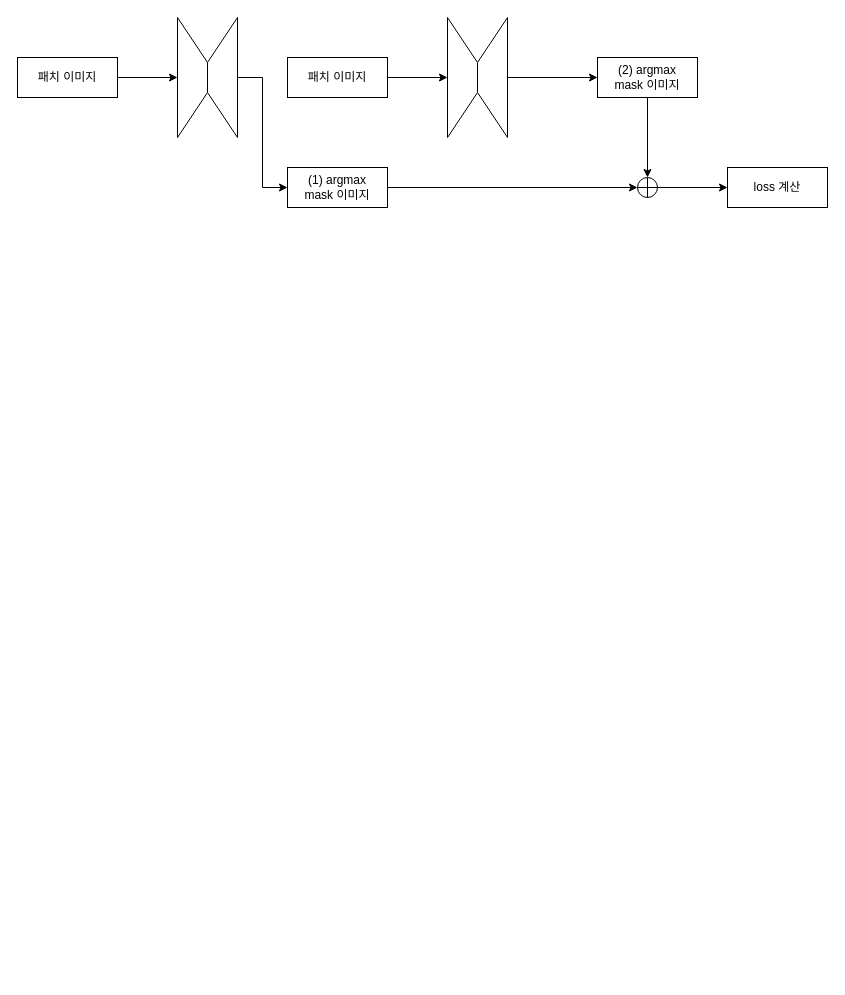
This is 제목 없는 다이어그램.drawio from haughty-yeon/draw.io, a draw.io file, before an edit. Source tidied: cells renumbered, new cells numbered last; positions are measured from the earlier drawing's top-left corner, leaving out a move shared by most shapes. Both pictures are drawn from the tidied source at 100%, with x=0, y=0 at pixel (17, 17). Pictures stored in the file or linked from it are replaced by grey dashed boxes.
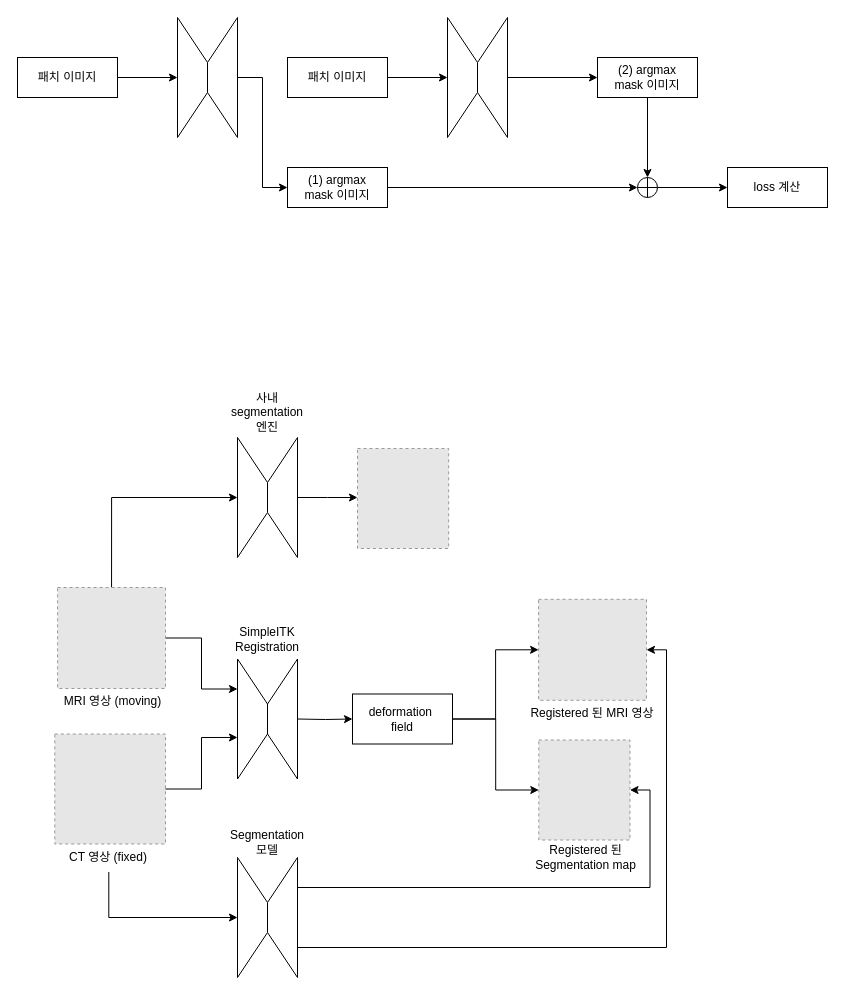
The same page after the edit.

Commit message:
제목 없는 다이어그램.drawio 업데이트

What changed in the source:
```diff
@@
+    <mxCell id="23" style="group;" parent="1" vertex="1">
+      <mxGeometry x="220" y="840" width="60" height="120" as="geometry" />
+    </mxCell>
+    <mxCell id="24" style="shape=trapezoid;perimeter=trapezoidPerimeter;whiteSpace=wrap;html=1;fixedSize=1;rotation=90;size=45;" parent="23" vertex="1">
+      <mxGeometry x="-45" y="45" width="120" height="30" as="geometry" />
+    </mxCell>
+    <mxCell id="25" style="shape=trapezoid;perimeter=trapezoidPerimeter;whiteSpace=wrap;html=1;fixedSize=1;rotation=-90;size=45;" parent="23" vertex="1">
+      <mxGeometry x="-15" y="45" width="120" height="30" as="geometry" />
+    </mxCell>
+    <mxCell id="26" style="group;" parent="1" vertex="1">
+      <mxGeometry x="220" y="420" width="60" height="120" as="geometry" />
+    </mxCell>
+    <mxCell id="27" style="shape=trapezoid;perimeter=trapezoidPerimeter;whiteSpace=wrap;html=1;fixedSize=1;rotation=90;size=45;" parent="26" vertex="1">
+      <mxGeometry x="-45" y="45" width="120" height="30" as="geometry" />
+    </mxCell>
+    <mxCell id="28" style="shape=trapezoid;perimeter=trapezoidPerimeter;whiteSpace=wrap;html=1;fixedSize=1;rotation=-90;size=45;" parent="26" vertex="1">
+      <mxGeometry x="-15" y="45" width="120" height="30" as="geometry" />
+    </mxCell>
+    <mxCell id="29" value="사내 segmentation 엔진" style="text;html=1;align=center;verticalAlign=middle;whiteSpace=wrap;rounded=0;" parent="1" vertex="1">
+      <mxGeometry x="220" y="380" width="60" height="30" as="geometry" />
+    </mxCell>
+    <mxCell id="30" style="edgeStyle=orthogonalEdgeStyle;rounded=0;jettySize=auto;html=1;exitX=0.5;exitY=1;exitDx=0;exitDy=0;entryX=0;entryY=0.5;entryDx=0;entryDy=0;" parent="1" edge="1" source="28">
+      <mxGeometry relative="1" as="geometry">
+        <mxPoint x="340" y="480" as="targetPoint" />
+      </mxGeometry>
+    </mxCell>
+    <mxCell id="31" style="edgeStyle=orthogonalEdgeStyle;rounded=0;jettySize=auto;html=1;exitX=1;exitY=0.5;exitDx=0;exitDy=0;entryX=0;entryY=0.5;entryDx=0;entryDy=0;" parent="1" edge="1" source="33" target="48">
+      <mxGeometry relative="1" as="geometry" />
+    </mxCell>
+    <mxCell id="32" style="edgeStyle=orthogonalEdgeStyle;rounded=0;jettySize=auto;html=1;exitX=1;exitY=0.5;exitDx=0;exitDy=0;entryX=0;entryY=0.5;entryDx=0;entryDy=0;" parent="1" edge="1" source="33" target="50">
+      <mxGeometry relative="1" as="geometry" />
+    </mxCell>
+    <mxCell id="33" value="deformation&amp;nbsp;&lt;div&gt;field&lt;/div&gt;" style="rounded=0;whiteSpace=wrap;html=1;" parent="1" vertex="1">
+      <mxGeometry x="335" y="676.5" width="100" height="50" as="geometry" />
+    </mxCell>
+    <mxCell id="34" style="edgeStyle=orthogonalEdgeStyle;rounded=0;jettySize=auto;html=1;exitX=0.5;exitY=1;exitDx=0;exitDy=0;entryX=0;entryY=0.5;entryDx=0;entryDy=0;" parent="1" edge="1" target="33">
+      <mxGeometry relative="1" as="geometry">
+        <mxPoint x="280" y="701.5" as="sourcePoint" />
+      </mxGeometry>
+    </mxCell>
+    <mxCell id="35" style="group;" parent="1" vertex="1">
+      <mxGeometry x="220" y="641.5" width="60" height="120" as="geometry" />
+    </mxCell>
+    <mxCell id="36" style="shape=trapezoid;perimeter=trapezoidPerimeter;whiteSpace=wrap;html=1;fixedSize=1;rotation=90;size=45;" parent="35" vertex="1">
+      <mxGeometry x="-45" y="45" width="120" height="30" as="geometry" />
+    </mxCell>
+    <mxCell id="37" style="shape=trapezoid;perimeter=trapezoidPerimeter;whiteSpace=wrap;html=1;fixedSize=1;rotation=-90;size=45;" parent="35" vertex="1">
+      <mxGeometry x="-15" y="45" width="120" height="30" as="geometry" />
+    </mxCell>
+    <mxCell id="38" value="SimpleITK Registration" style="text;html=1;align=center;verticalAlign=middle;whiteSpace=wrap;rounded=0;" parent="1" vertex="1">
+      <mxGeometry x="220" y="606.5" width="60" height="30" as="geometry" />
+    </mxCell>
+    <mxCell id="39" style="fillColor=#E6E6E6;strokeColor=#999999;dashed=1;verticalLabelPosition=bottom;labelBackgroundColor=default;verticalAlign=top;" parent="1" vertex="1">
+      <mxGeometry x="37.3" y="716.5" width="110.7" height="110" as="geometry" />
+    </mxCell>
+    <mxCell id="40" style="edgeStyle=orthogonalEdgeStyle;rounded=0;jettySize=auto;html=1;exitX=0.5;exitY=0;exitDx=0;exitDy=0;entryX=0.5;entryY=1;entryDx=0;entryDy=0;" parent="1" edge="1" source="42" target="27">
+      <mxGeometry relative="1" as="geometry" />
+    </mxCell>
+    <mxCell id="41" style="edgeStyle=orthogonalEdgeStyle;rounded=0;jettySize=auto;html=1;exitX=1;exitY=0.5;exitDx=0;exitDy=0;entryX=0.25;entryY=1;entryDx=0;entryDy=0;" parent="1" edge="1" source="42" target="36">
+      <mxGeometry relative="1" as="geometry" />
+    </mxCell>
+    <mxCell id="42" style="fillColor=#E6E6E6;strokeColor=#999999;dashed=1;verticalLabelPosition=bottom;labelBackgroundColor=default;verticalAlign=top;" parent="1" vertex="1">
+      <mxGeometry x="40.1" y="570" width="107.9" height="101" as="geometry" />
+    </mxCell>
+    <mxCell id="43" style="edgeStyle=orthogonalEdgeStyle;rounded=0;jettySize=auto;html=1;exitX=0.5;exitY=1;exitDx=0;exitDy=0;entryX=0.5;entryY=1;entryDx=0;entryDy=0;" parent="1" edge="1" source="44" target="24">
+      <mxGeometry relative="1" as="geometry" />
+    </mxCell>
+    <mxCell id="44" value="CT 영상 (fixed)" style="text;html=1;align=center;verticalAlign=middle;whiteSpace=wrap;rounded=0;" parent="1" vertex="1">
+      <mxGeometry x="46.3" y="824.5" width="90" height="30" as="geometry" />
+    </mxCell>
+    <mxCell id="45" value="MRI 영상 (moving)" style="text;html=1;align=center;verticalAlign=middle;whiteSpace=wrap;rounded=0;" parent="1" vertex="1">
+      <mxGeometry x="40" y="669" width="111" height="30" as="geometry" />
+    </mxCell>
+    <mxCell id="46" style="fillColor=#E6E6E6;strokeColor=#999999;dashed=1;verticalLabelPosition=bottom;labelBackgroundColor=default;verticalAlign=top;" parent="1" vertex="1">
+      <mxGeometry x="340" y="431" width="91.2" height="100" as="geometry" />
+    </mxCell>
+    <mxCell id="47" style="edgeStyle=orthogonalEdgeStyle;rounded=0;jettySize=auto;html=1;exitX=1;exitY=0.5;exitDx=0;exitDy=0;entryX=0.654;entryY=1;entryDx=0;entryDy=0;entryPerimeter=0;" parent="1" edge="1" source="39" target="36">
+      <mxGeometry relative="1" as="geometry" />
+    </mxCell>
+    <mxCell id="48" style="fillColor=#E6E6E6;strokeColor=#999999;dashed=1;verticalLabelPosition=bottom;labelBackgroundColor=default;verticalAlign=top;" parent="1" vertex="1">
+      <mxGeometry x="521.1" y="581.8" width="107.9" height="101" as="geometry" />
+    </mxCell>
+    <mxCell id="49" value="Registered 된 MRI 영상" style="text;html=1;align=center;verticalAlign=middle;whiteSpace=wrap;rounded=0;" parent="1" vertex="1">
+      <mxGeometry x="510" y="680.8" width="130" height="30" as="geometry" />
+    </mxCell>
+    <mxCell id="50" style="fillColor=#E6E6E6;strokeColor=#999999;dashed=1;verticalLabelPosition=bottom;labelBackgroundColor=default;verticalAlign=top;" parent="1" vertex="1">
+      <mxGeometry x="521.3" y="722.5" width="91.2" height="100" as="geometry" />
+    </mxCell>
+    <mxCell id="51" value="Registered 된 Segmentation map" style="text;html=1;align=center;verticalAlign=middle;whiteSpace=wrap;rounded=0;" parent="1" vertex="1">
+      <mxGeometry x="513" y="824.5" width="111" height="30" as="geometry" />
+    </mxCell>
+    <mxCell id="52" value="Segmentation 모델" style="text;html=1;align=center;verticalAlign=middle;whiteSpace=wrap;rounded=0;" parent="1" vertex="1">
+      <mxGeometry x="205" y="810" width="90" height="30" as="geometry" />
+    </mxCell>
+    <mxCell id="53" style="edgeStyle=orthogonalEdgeStyle;rounded=0;jettySize=auto;html=1;exitX=0.75;exitY=1;exitDx=0;exitDy=0;entryX=1;entryY=0.5;entryDx=0;entryDy=0;" parent="1" edge="1" source="25" target="50">
+      <mxGeometry relative="1" as="geometry" />
+    </mxCell>
+    <mxCell id="54" style="edgeStyle=orthogonalEdgeStyle;rounded=0;jettySize=auto;html=1;exitX=0.25;exitY=1;exitDx=0;exitDy=0;entryX=1;entryY=0.5;entryDx=0;entryDy=0;" parent="1" edge="1" source="25" target="48">
+      <mxGeometry relative="1" as="geometry" />
+    </mxCell>
```
